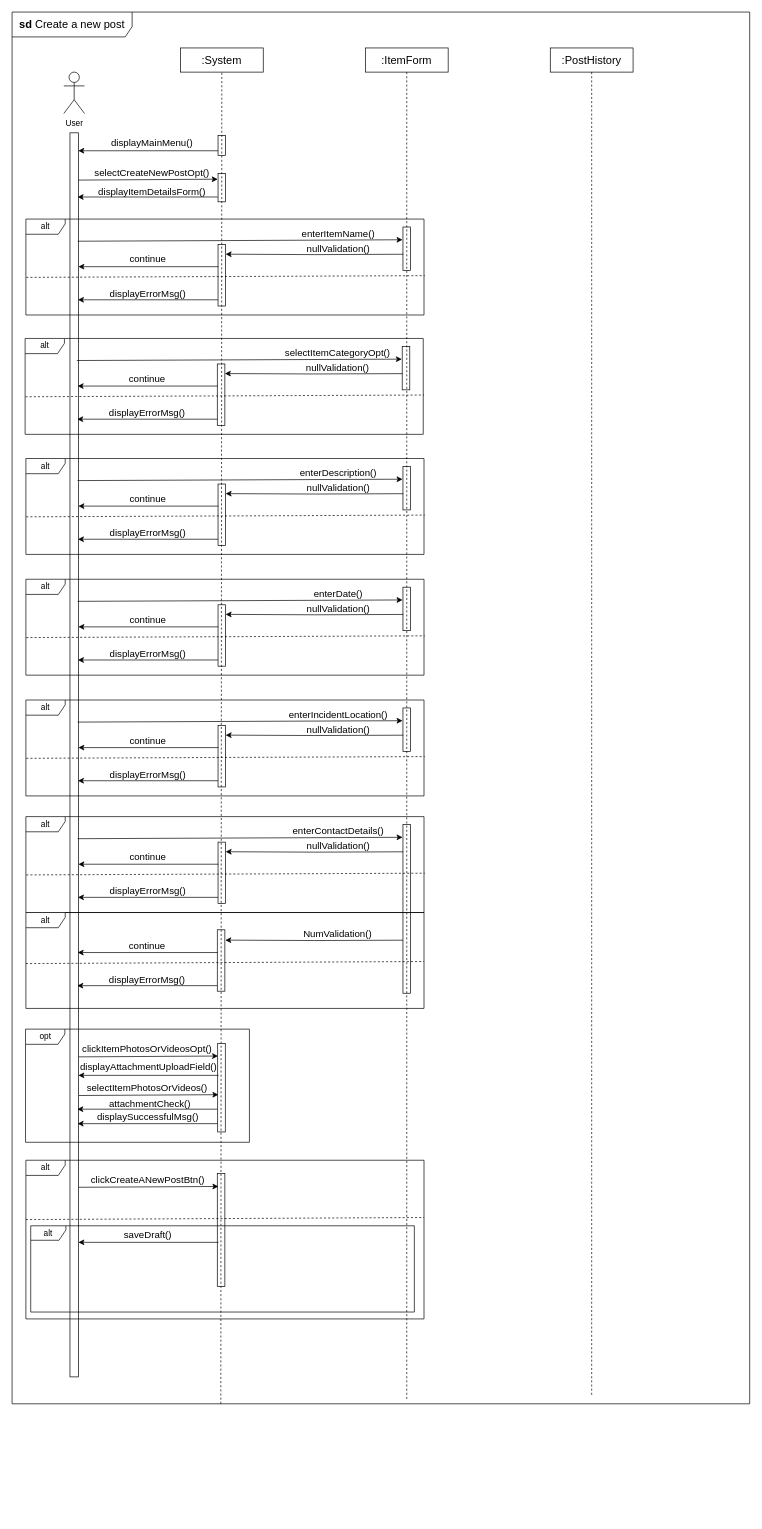
Above: Untitled Diagram.drawio in LauKeXin/LauKeXin.github.io (draw.io), before the change. Source tidied: cells renumbered, new cells numbered last; positions are measured from the earlier drawing's top-left corner, leaving out a move shared by most shapes. Both pictures are drawn from the tidied source at 69%, with x=0, y=0 at pixel (12, 12).
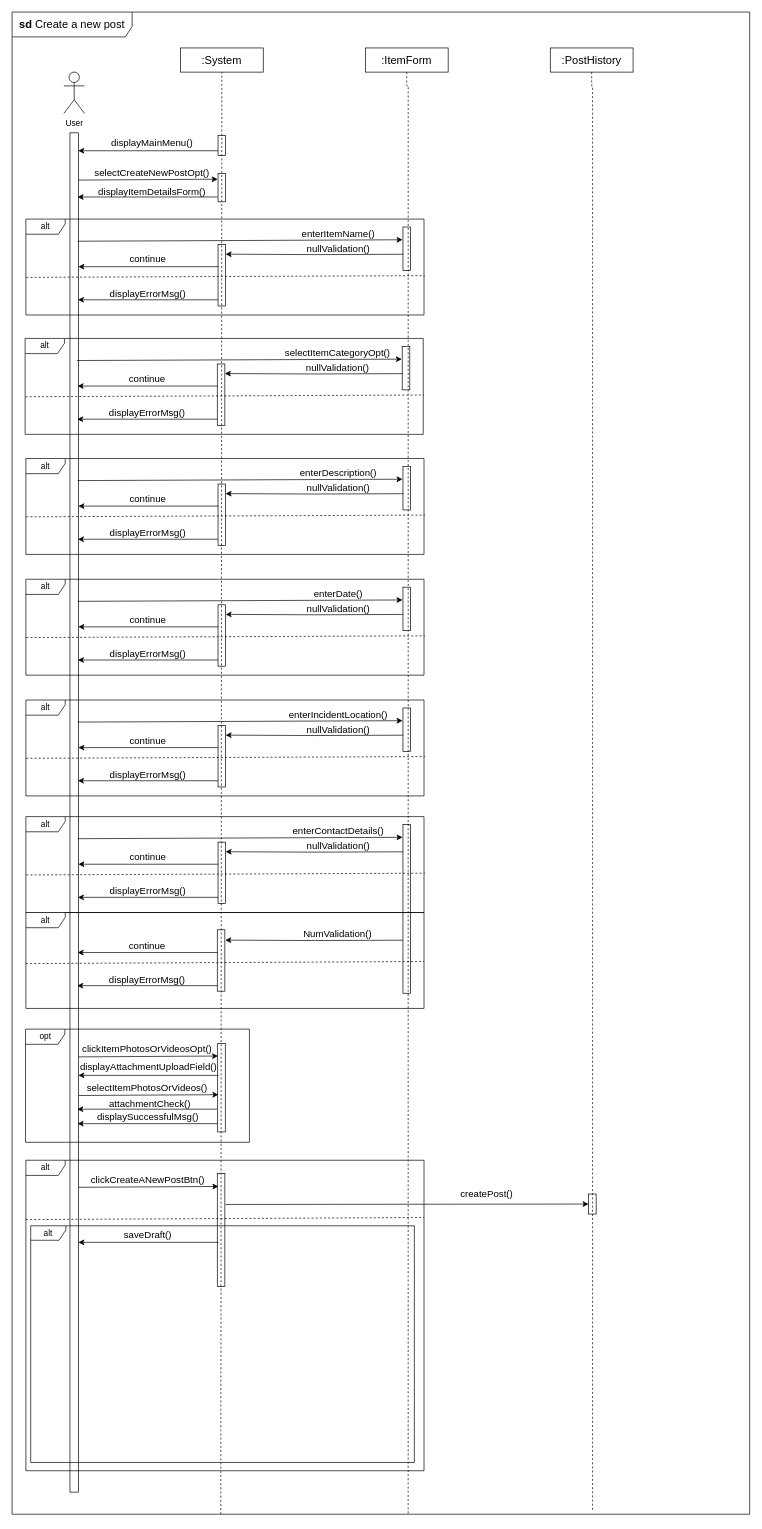
The same page after the edit.

Unchanged cells that the change refers to:
```xml
<mxCell id="6" value=":ItemForm" style="rounded=0;whiteSpace=wrap;html=1;fillColor=none;fontSize=16;" parent="1" vertex="1">
  <mxGeometry x="512" y="52" width="120" height="35" as="geometry" />
</mxCell>
<mxCell id="7" value=":PostHistory" style="rounded=0;whiteSpace=wrap;html=1;fillColor=none;fontSize=16;" parent="1" vertex="1">
  <mxGeometry x="780" y="52" width="120" height="35" as="geometry" />
</mxCell>
```

What changed in the source:
```diff
@@
     <mxCell id="3" style="rounded=0;whiteSpace=wrap;html=1;" parent="1" vertex="1">
-      <mxGeometry x="83.9" y="175" width="12.2" height="1803" as="geometry" />
+      <mxGeometry x="83.9" y="175" width="12.2" height="1970" as="geometry" />
     </mxCell>
     <mxCell id="4" value="&lt;font style=&quot;font-size: 16px;&quot;&gt;&lt;b style=&quot;&quot;&gt;sd&lt;/b&gt; Create a new post&lt;/font&gt;" style="shape=umlFrame;whiteSpace=wrap;html=1;width=174;height=36;" parent="1" vertex="1">
-      <mxGeometry width="1069" height="2017" as="geometry" />
+      <mxGeometry width="1069" height="2177" as="geometry" />
     </mxCell>
-    <mxCell id="5" style="edgeStyle=orthogonalEdgeStyle;rounded=0;jettySize=auto;html=1;exitX=0.5;exitY=1;exitDx=0;exitDy=0;dashed=1;endArrow=none;endFill=0;" parent="1" edge="1" source="6">
-      <mxGeometry relative="1" as="geometry">
-        <mxPoint x="572" y="2013" as="targetPoint" />
-      </mxGeometry>
+    <mxCell id="5" style="edgeStyle=orthogonalEdgeStyle;rounded=0;jettySize=auto;html=1;exitX=0.5;exitY=1;exitDx=0;exitDy=0;dashed=1;endArrow=none;endFill=0;entryX=0.537;entryY=1.001;entryDx=0;entryDy=0;entryPerimeter=0;" parent="1" edge="1" source="6" target="4">
+      <mxGeometry relative="1" as="geometry" />
     </mxCell>
@@
     <mxCell id="111" value="alt" style="shape=umlFrame;whiteSpace=wrap;html=1;width=57;height=22;" parent="1" vertex="1">
-      <mxGeometry x="20" y="1664" width="577" height="230" as="geometry" />
+      <mxGeometry x="20" y="1664" width="577" height="450" as="geometry" />
     </mxCell>
@@
-    <mxCell id="115" style="edgeStyle=orthogonalEdgeStyle;rounded=0;jettySize=auto;html=1;exitX=0.5;exitY=1;exitDx=0;exitDy=0;dashed=1;endArrow=none;endFill=0;" parent="1" edge="1" source="7">
-      <mxGeometry relative="1" as="geometry">
-        <mxPoint x="840" y="2007" as="targetPoint" />
-      </mxGeometry>
+    <mxCell id="115" style="edgeStyle=orthogonalEdgeStyle;rounded=0;jettySize=auto;html=1;exitX=0.5;exitY=1;exitDx=0;exitDy=0;dashed=1;endArrow=none;endFill=0;entryX=0.787;entryY=0.998;entryDx=0;entryDy=0;entryPerimeter=0;" parent="1" edge="1" source="7" target="4">
+      <mxGeometry relative="1" as="geometry" />
     </mxCell>
@@
     <mxCell id="119" value="alt" style="shape=umlFrame;whiteSpace=wrap;html=1;width=51;height=21;" parent="1" vertex="1">
-      <mxGeometry x="27" y="1759" width="556" height="125" as="geometry" />
+      <mxGeometry x="27" y="1759" width="556" height="343" as="geometry" />
     </mxCell>
+    <mxCell id="120" style="rounded=0;whiteSpace=wrap;html=1;fillColor=none;" parent="1" vertex="1">
+      <mxGeometry x="835.5" y="1713" width="11" height="29" as="geometry" />
+    </mxCell>
+    <mxCell id="121" style="endArrow=classic;html=1;rounded=0;entryX=0;entryY=0.5;entryDx=0;entryDy=0;exitX=0.913;exitY=0.091;exitDx=0;exitDy=0;exitPerimeter=0;" parent="1" edge="1" target="120">
+      <mxGeometry relative="1" as="geometry">
+        <mxPoint x="309.5" y="1728.1" as="sourcePoint" />
+      </mxGeometry>
+    </mxCell>
+    <mxCell id="122" value="createPost()" style="text;strokeColor=none;align=center;fillColor=none;html=1;verticalAlign=middle;whiteSpace=wrap;rounded=0;fontSize=14;" parent="1" vertex="1">
+      <mxGeometry x="658" y="1698" width="60" height="30" as="geometry" />
+    </mxCell>
```
